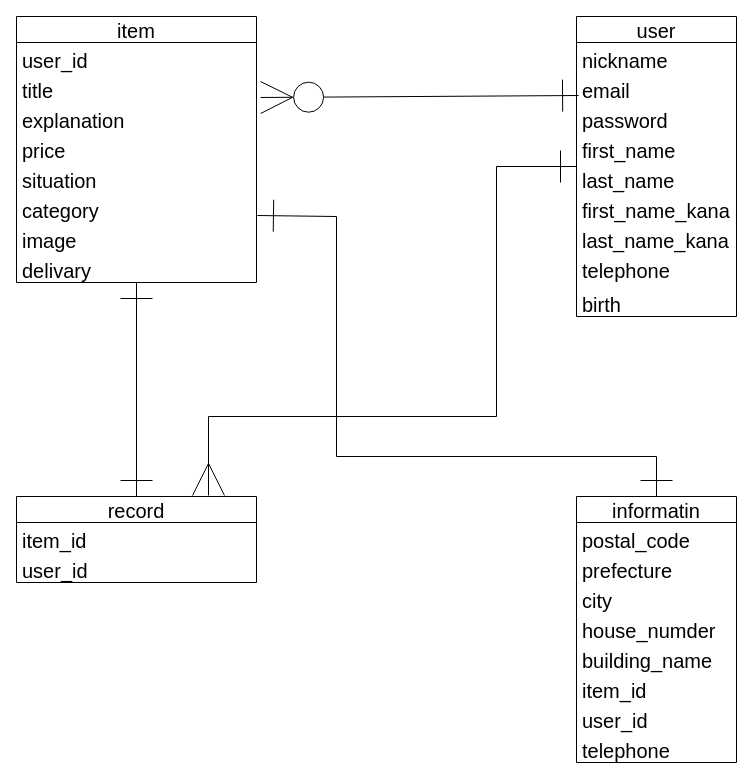
This is furima.dio from ennkai/furima-39962, a draw.io file, before an edit. Source tidied: cells renumbered, new cells numbered last; positions are measured from the earlier drawing's top-left corner, leaving out a move shared by most shapes. Both pictures are drawn from the tidied source at 100%, with x=0, y=0 at pixel (16, 16).
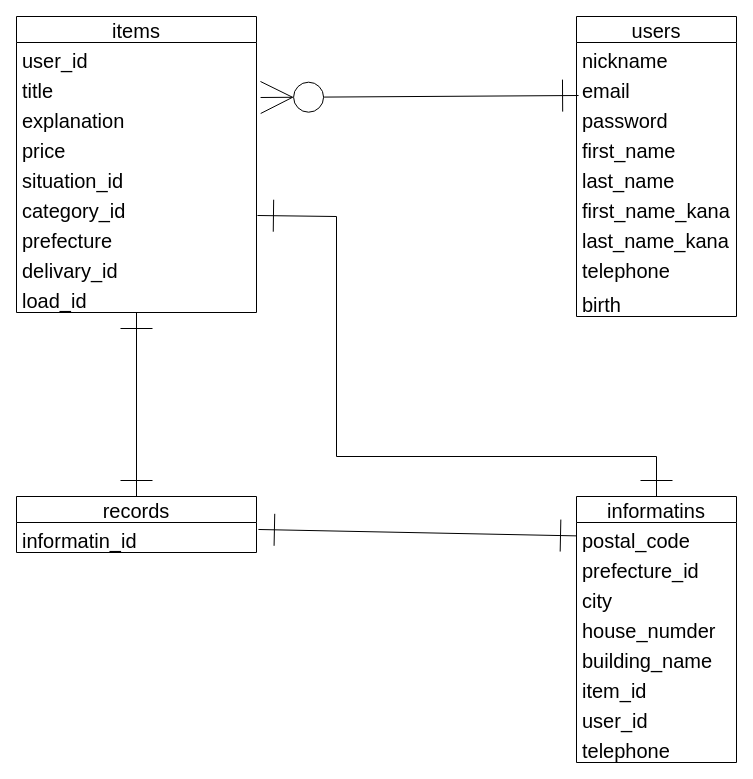
The same page after the edit.

Commit message (it also covers changes not shown here):
データベース設計修正

Unchanged cells that the change refers to:
```xml
<mxCell id="14" value="postal_code" style="text;strokeColor=none;fillColor=none;spacingLeft=4;spacingRight=4;overflow=hidden;points=[[0,0.5],[1,0.5]];portConstraint=eastwest;fontSize=20;" parent="13" vertex="1">
  <mxGeometry y="26" width="160" height="30" as="geometry" />
</mxCell>
```

The edit, as a diff of the source:
```diff
@@
-    <mxCell id="3" value="item" style="swimlane;fontStyle=0;horizontal=1;startSize=26;align=center;fontSize=20;" parent="1" vertex="1">
-      <mxGeometry width="240" height="266" as="geometry" />
+    <mxCell id="3" value="items" style="swimlane;fontStyle=0;horizontal=1;startSize=26;align=center;fontSize=20;" parent="1" vertex="1">
+      <mxGeometry width="240" height="296" as="geometry" />
     </mxCell>
@@
-    <mxCell id="8" value="situation" style="text;strokeColor=none;fillColor=none;spacingLeft=4;spacingRight=4;overflow=hidden;fontSize=20;" parent="3" vertex="1">
+    <mxCell id="8" value="situation_id" style="text;strokeColor=none;fillColor=none;spacingLeft=4;spacingRight=4;overflow=hidden;fontSize=20;" parent="3" vertex="1">
       <mxGeometry y="146" width="240" height="30" as="geometry" />
     </mxCell>
-    <mxCell id="9" value="category" style="text;strokeColor=none;fillColor=none;spacingLeft=4;spacingRight=4;overflow=hidden;points=[[0,0.5],[1,0.5]];portConstraint=eastwest;fontSize=20;" parent="3" vertex="1">
+    <mxCell id="9" value="category_id" style="text;strokeColor=none;fillColor=none;spacingLeft=4;spacingRight=4;overflow=hidden;points=[[0,0.5],[1,0.5]];portConstraint=eastwest;fontSize=20;" parent="3" vertex="1">
       <mxGeometry y="176" width="240" height="30" as="geometry" />
     </mxCell>
-    <mxCell id="10" value="image" style="text;strokeColor=none;fillColor=none;spacingLeft=4;spacingRight=4;overflow=hidden;fontSize=20;" parent="3" vertex="1">
+    <mxCell id="10" value="prefecture" style="text;strokeColor=none;fillColor=none;spacingLeft=4;spacingRight=4;overflow=hidden;fontSize=20;" parent="3" vertex="1">
       <mxGeometry y="206" width="240" height="30" as="geometry" />
     </mxCell>
-    <mxCell id="11" value="delivary" style="text;strokeColor=none;fillColor=none;spacingLeft=4;spacingRight=4;overflow=hidden;fontSize=20;" parent="3" vertex="1">
+    <mxCell id="11" value="delivary_id" style="text;strokeColor=none;fillColor=none;spacingLeft=4;spacingRight=4;overflow=hidden;fontSize=20;" parent="3" vertex="1">
       <mxGeometry y="236" width="240" height="30" as="geometry" />
     </mxCell>
+    <mxCell id="37" value="load_id" style="text;strokeColor=none;fillColor=none;spacingLeft=4;spacingRight=4;overflow=hidden;fontSize=20;" parent="3" vertex="1">
+      <mxGeometry y="266" width="240" height="30" as="geometry" />
+    </mxCell>
@@
-    <mxCell id="13" value="informatin" style="swimlane;fontStyle=0;horizontal=1;startSize=26;align=center;fontSize=20;" parent="1" vertex="1">
+    <mxCell id="13" value="informatins" style="swimlane;fontStyle=0;horizontal=1;startSize=26;align=center;fontSize=20;" parent="1" vertex="1">
       <mxGeometry x="560" y="480" width="160" height="266" as="geometry" />
     </mxCell>
@@
-    <mxCell id="15" value="prefecture" style="text;strokeColor=none;fillColor=none;spacingLeft=4;spacingRight=4;overflow=hidden;fontSize=20;" parent="13" vertex="1">
+    <mxCell id="15" value="prefecture_id" style="text;strokeColor=none;fillColor=none;spacingLeft=4;spacingRight=4;overflow=hidden;fontSize=20;" parent="13" vertex="1">
       <mxGeometry y="56" width="160" height="30" as="geometry" />
     </mxCell>
@@
-    <mxCell id="23" style="edgeStyle=none;rounded=0;jumpSize=100;html=1;entryX=0.8;entryY=-0.012;entryDx=0;entryDy=0;entryPerimeter=0;fontSize=20;startArrow=ERone;startFill=0;endArrow=ERmany;endFill=0;startSize=30;endSize=30;targetPerimeterSpacing=10;" parent="1" edge="1" source="24" target="34">
-      <mxGeometry relative="1" as="geometry">
-        <Array as="points">
-          <mxPoint x="480" y="150" />
-          <mxPoint x="480" y="400" />
-          <mxPoint x="192" y="400" />
-        </Array>
-      </mxGeometry>
-    </mxCell>
-    <mxCell id="24" value="user" style="swimlane;fontStyle=0;horizontal=1;startSize=26;align=center;fontSize=20;" parent="1" vertex="1">
+    <mxCell id="24" value="users" style="swimlane;fontStyle=0;horizontal=1;startSize=26;align=center;fontSize=20;" parent="1" vertex="1">
       <mxGeometry x="560" width="160" height="300" as="geometry" />
     </mxCell>
@@
-    <mxCell id="34" value="record" style="swimlane;fontStyle=0;horizontal=1;startSize=26;align=center;fontSize=20;" parent="1" vertex="1">
-      <mxGeometry y="480" width="240" height="86" as="geometry" />
+    <mxCell id="34" value="records" style="swimlane;fontStyle=0;horizontal=1;startSize=26;align=center;fontSize=20;" parent="1" vertex="1">
+      <mxGeometry y="480" width="240" height="56" as="geometry" />
     </mxCell>
-    <mxCell id="35" value="item_id" style="text;strokeColor=none;fillColor=none;spacingLeft=4;spacingRight=4;overflow=hidden;points=[[0,0.5],[1,0.5]];portConstraint=eastwest;fontSize=20;" parent="34" vertex="1">
+    <mxCell id="35" value="informatin_id" style="text;strokeColor=none;fillColor=none;spacingLeft=4;spacingRight=4;overflow=hidden;points=[[0,0.5],[1,0.5]];portConstraint=eastwest;fontSize=20;" parent="34" vertex="1">
       <mxGeometry y="26" width="240" height="30" as="geometry" />
     </mxCell>
-    <mxCell id="36" value="user_id" style="text;strokeColor=none;fillColor=none;spacingLeft=4;spacingRight=4;overflow=hidden;fontSize=20;" parent="34" vertex="1">
-      <mxGeometry y="56" width="240" height="30" as="geometry" />
-    </mxCell>
+    <mxCell id="38" style="edgeStyle=none;rounded=0;jumpSize=100;html=1;entryX=1.008;entryY=0.233;entryDx=0;entryDy=0;entryPerimeter=0;fontSize=20;startArrow=ERone;startFill=0;endArrow=ERone;endFill=0;startSize=30;endSize=30;targetPerimeterSpacing=10;" parent="1" edge="1" source="14" target="35">
+      <mxGeometry relative="1" as="geometry" />
+    </mxCell>
```
